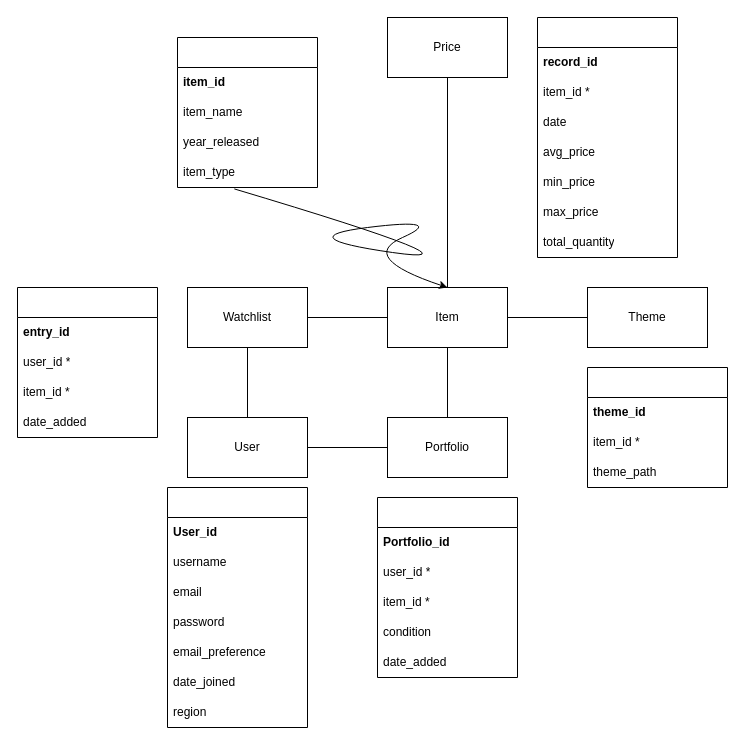
Earlier version of the draw.io diagram database_diagram.drawio (logan9997/Lego-Price-Tracker-Website). Source tidied: cells renumbered, new cells numbered last; positions are measured from the earlier drawing's top-left corner, leaving out a move shared by most shapes. Both pictures are drawn from the tidied source at 100%, with x=0, y=0 at pixel (17, 17).
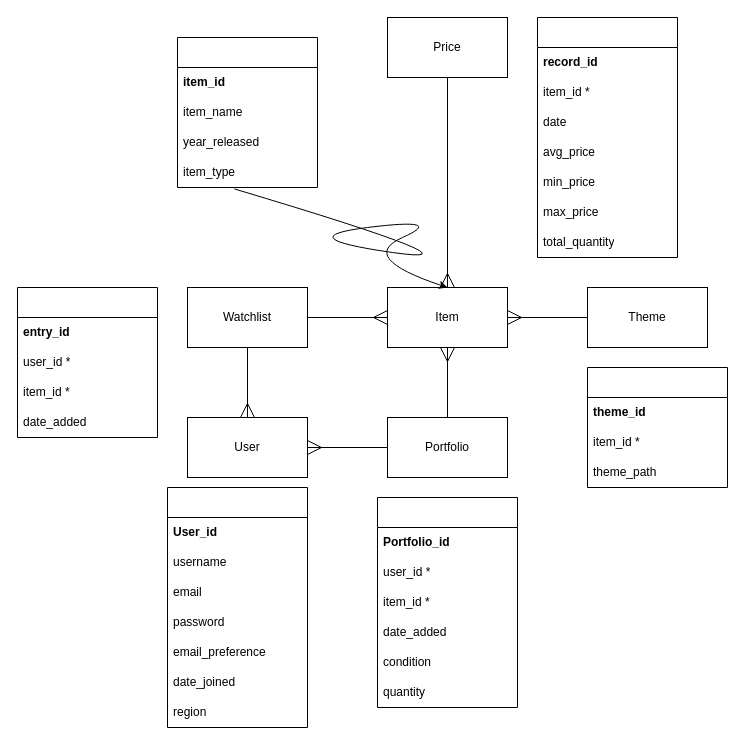
After the change.

The change refers to these unchanged cells:
```xml
<mxCell id="2" value="Item" style="rounded=0;whiteSpace=wrap;html=1;" parent="1" vertex="1">
  <mxGeometry x="370" y="270" width="120" height="60" as="geometry" />
</mxCell>
<mxCell id="3" value="Price" style="rounded=0;whiteSpace=wrap;html=1;" parent="1" vertex="1">
  <mxGeometry x="370" width="120" height="60" as="geometry" />
</mxCell>
<mxCell id="4" value="Theme" style="rounded=0;whiteSpace=wrap;html=1;" parent="1" vertex="1">
  <mxGeometry x="570" y="270" width="120" height="60" as="geometry" />
</mxCell>
<mxCell id="5" value="User" style="rounded=0;whiteSpace=wrap;html=1;" parent="1" vertex="1">
  <mxGeometry x="170" y="400" width="120" height="60" as="geometry" />
</mxCell>
<mxCell id="6" value="Portfolio" style="rounded=0;whiteSpace=wrap;html=1;" parent="1" vertex="1">
  <mxGeometry x="370" y="400" width="120" height="60" as="geometry" />
</mxCell>
<mxCell id="7" value="Watchlist" style="rounded=0;whiteSpace=wrap;html=1;" parent="1" vertex="1">
  <mxGeometry x="170" y="270" width="120" height="60" as="geometry" />
</mxCell>
```

The edit, as a diff of the source:
```diff
@@
-    <mxCell id="8" style="endArrow=none;html=1;rounded=0;entryX=0.5;entryY=1;entryDx=0;entryDy=0;exitX=0.5;exitY=0;exitDx=0;exitDy=0;" parent="1" edge="1" source="6" target="2">
+    <mxCell id="8" style="endArrow=ERmany;html=1;rounded=0;entryX=0.5;entryY=1;entryDx=0;entryDy=0;exitX=0.5;exitY=0;exitDx=0;exitDy=0;startArrow=none;startFill=0;sourcePerimeterSpacing=12;targetPerimeterSpacing=12;endSize=12;startSize=12;endFill=0;" parent="1" edge="1" source="6" target="2">
       <mxGeometry relative="1" as="geometry" />
     </mxCell>
-    <mxCell id="9" style="endArrow=none;html=1;rounded=0;entryX=0;entryY=0.5;entryDx=0;entryDy=0;exitX=1;exitY=0.5;exitDx=0;exitDy=0;" parent="1" edge="1" source="2" target="4">
+    <mxCell id="9" style="endArrow=none;html=1;rounded=0;entryX=0;entryY=0.5;entryDx=0;entryDy=0;exitX=1;exitY=0.5;exitDx=0;exitDy=0;endFill=0;sourcePerimeterSpacing=12;targetPerimeterSpacing=12;startArrow=ERmany;startFill=0;endSize=12;startSize=12;" parent="1" edge="1" source="2" target="4">
       <mxGeometry relative="1" as="geometry" />
     </mxCell>
-    <mxCell id="10" style="endArrow=none;html=1;rounded=0;entryX=1;entryY=0.5;entryDx=0;entryDy=0;exitX=0;exitY=0.5;exitDx=0;exitDy=0;" parent="1" edge="1" source="2" target="7">
+    <mxCell id="10" style="endArrow=none;html=1;rounded=0;entryX=1;entryY=0.5;entryDx=0;entryDy=0;exitX=0;exitY=0.5;exitDx=0;exitDy=0;startArrow=ERmany;startFill=0;targetPerimeterSpacing=12;sourcePerimeterSpacing=12;endSize=12;startSize=12;" parent="1" edge="1" source="2" target="7">
       <mxGeometry relative="1" as="geometry" />
     </mxCell>
-    <mxCell id="11" style="endArrow=none;html=1;rounded=0;entryX=0.5;entryY=1;entryDx=0;entryDy=0;" parent="1" edge="1" target="3">
+    <mxCell id="11" style="endArrow=none;html=1;rounded=0;entryX=0.5;entryY=1;entryDx=0;entryDy=0;targetPerimeterSpacing=12;sourcePerimeterSpacing=12;endSize=12;endFill=0;startArrow=ERmany;startFill=0;startSize=12;" parent="1" edge="1" target="3">
       <mxGeometry relative="1" as="geometry">
         <mxPoint x="430" y="270" as="sourcePoint" />
       </mxGeometry>
     </mxCell>
-    <mxCell id="12" style="endArrow=none;html=1;rounded=0;entryX=1;entryY=0.5;entryDx=0;entryDy=0;exitX=0;exitY=0.5;exitDx=0;exitDy=0;" parent="1" edge="1" source="6" target="5">
+    <mxCell id="12" style="endArrow=ERmany;html=1;rounded=0;entryX=1;entryY=0.5;entryDx=0;entryDy=0;exitX=0;exitY=0.5;exitDx=0;exitDy=0;targetPerimeterSpacing=12;sourcePerimeterSpacing=12;endSize=12;startSize=12;startArrow=none;startFill=0;endFill=0;" parent="1" edge="1" source="6" target="5">
       <mxGeometry relative="1" as="geometry" />
     </mxCell>
-    <mxCell id="13" style="endArrow=none;html=1;rounded=0;entryX=0.5;entryY=1;entryDx=0;entryDy=0;exitX=0.5;exitY=0;exitDx=0;exitDy=0;" parent="1" edge="1" source="5" target="7">
+    <mxCell id="13" style="endArrow=none;html=1;rounded=0;entryX=0.5;entryY=1;entryDx=0;entryDy=0;exitX=0.5;exitY=0;exitDx=0;exitDy=0;endSize=12;startSize=12;targetPerimeterSpacing=12;sourcePerimeterSpacing=12;startArrow=ERmany;startFill=0;" parent="1" edge="1" source="5" target="7">
       <mxGeometry relative="1" as="geometry" />
     </mxCell>
@@
     <mxCell id="22" style="swimlane;fontStyle=0;horizontal=1;startSize=30;whiteSpace=wrap;html=1;" parent="1" vertex="1">
-      <mxGeometry x="360" y="480" width="140" height="180" as="geometry" />
+      <mxGeometry x="360" y="480" width="140" height="210" as="geometry" />
     </mxCell>
@@
+    <mxCell id="27" value="date_added" style="text;strokeColor=none;fillColor=none;align=left;verticalAlign=middle;spacingLeft=4;spacingRight=4;overflow=hidden;whiteSpace=wrap;html=1;" parent="22" vertex="1">
+      <mxGeometry y="120" width="140" height="30" as="geometry" />
+    </mxCell>
     <mxCell id="26" value="condition" style="text;strokeColor=none;fillColor=none;align=left;verticalAlign=middle;spacingLeft=4;spacingRight=4;overflow=hidden;whiteSpace=wrap;html=1;" parent="22" vertex="1">
-      <mxGeometry y="120" width="140" height="30" as="geometry" />
+      <mxGeometry y="150" width="140" height="30" as="geometry" />
     </mxCell>
-    <mxCell id="27" value="date_added" style="text;strokeColor=none;fillColor=none;align=left;verticalAlign=middle;spacingLeft=4;spacingRight=4;overflow=hidden;whiteSpace=wrap;html=1;" parent="22" vertex="1">
-      <mxGeometry y="150" width="140" height="30" as="geometry" />
-    </mxCell>
+    <mxCell id="51" value="quantity" style="text;strokeColor=none;fillColor=none;align=left;verticalAlign=middle;spacingLeft=4;spacingRight=4;overflow=hidden;whiteSpace=wrap;html=1;" parent="22" vertex="1">
+      <mxGeometry y="180" width="140" height="30" as="geometry" />
+    </mxCell>
```
